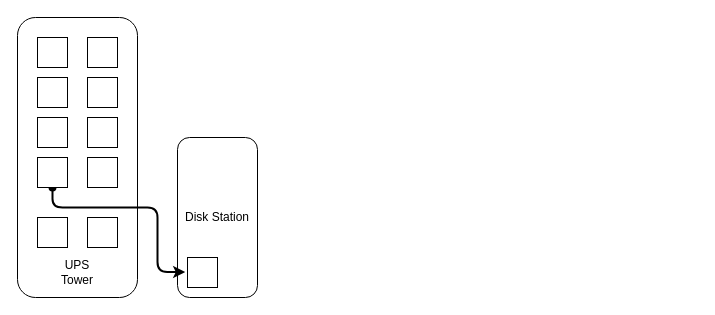
The draw.io diagram Power.drawio in roivanov/draws, before the edit. Source tidied: cells renumbered, new cells numbered last; positions are measured from the earlier drawing's top-left corner, leaving out a move shared by most shapes. Both pictures are drawn from the tidied source at 100%, with x=0, y=0 at pixel (17, 17).
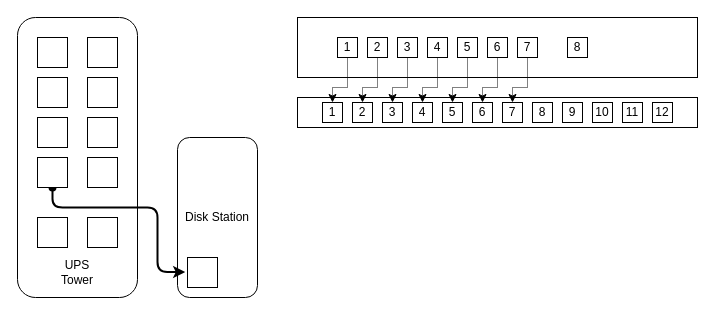
Above is the later version.

Change to the diagram source:
```diff
@@
+    <mxCell id="17" style="rounded=0;whiteSpace=wrap;html=1;" parent="1" vertex="1">
+      <mxGeometry x="280" y="80" width="400" height="30" as="geometry" />
+    </mxCell>
@@
+    <mxCell id="18" style="rounded=0;whiteSpace=wrap;html=1;" parent="1" vertex="1">
+      <mxGeometry x="280" width="400" height="60" as="geometry" />
+    </mxCell>
+    <mxCell id="19" style="edgeStyle=orthogonalEdgeStyle;rounded=0;jettySize=auto;html=1;exitX=0.5;exitY=1;exitDx=0;exitDy=0;entryX=0.5;entryY=0;entryDx=0;entryDy=0;dashed=1;dashPattern=1 1;" parent="1" edge="1" source="20" target="34">
+      <mxGeometry relative="1" as="geometry">
+        <Array as="points">
+          <mxPoint x="330" y="70" />
+          <mxPoint x="315" y="70" />
+        </Array>
+      </mxGeometry>
+    </mxCell>
+    <mxCell id="20" value="1" style="whiteSpace=wrap;html=1;" parent="1" vertex="1">
+      <mxGeometry x="320" y="20" width="20" height="20" as="geometry" />
+    </mxCell>
+    <mxCell id="21" style="edgeStyle=orthogonalEdgeStyle;rounded=0;jettySize=auto;html=1;exitX=0.5;exitY=1;exitDx=0;exitDy=0;entryX=0.5;entryY=0;entryDx=0;entryDy=0;dashed=1;dashPattern=1 1;" parent="1" edge="1" source="22" target="35">
+      <mxGeometry relative="1" as="geometry">
+        <Array as="points">
+          <mxPoint x="360" y="70" />
+          <mxPoint x="345" y="70" />
+        </Array>
+      </mxGeometry>
+    </mxCell>
+    <mxCell id="22" value="2" style="whiteSpace=wrap;html=1;" parent="1" vertex="1">
+      <mxGeometry x="350" y="20" width="20" height="20" as="geometry" />
+    </mxCell>
+    <mxCell id="23" style="edgeStyle=orthogonalEdgeStyle;rounded=0;jettySize=auto;html=1;exitX=0.5;exitY=1;exitDx=0;exitDy=0;entryX=0.5;entryY=0;entryDx=0;entryDy=0;dashed=1;dashPattern=1 1;" parent="1" edge="1" source="24" target="36">
+      <mxGeometry relative="1" as="geometry">
+        <Array as="points">
+          <mxPoint x="390" y="70" />
+          <mxPoint x="375" y="70" />
+        </Array>
+      </mxGeometry>
+    </mxCell>
+    <mxCell id="24" value="3" style="whiteSpace=wrap;html=1;" parent="1" vertex="1">
+      <mxGeometry x="380" y="20" width="20" height="20" as="geometry" />
+    </mxCell>
+    <mxCell id="25" style="edgeStyle=orthogonalEdgeStyle;rounded=0;jettySize=auto;html=1;exitX=0.5;exitY=1;exitDx=0;exitDy=0;entryX=0.5;entryY=0;entryDx=0;entryDy=0;dashed=1;dashPattern=1 1;" parent="1" edge="1" source="26" target="37">
+      <mxGeometry relative="1" as="geometry">
+        <Array as="points">
+          <mxPoint x="420" y="70" />
+          <mxPoint x="405" y="70" />
+        </Array>
+      </mxGeometry>
+    </mxCell>
+    <mxCell id="26" value="4" style="whiteSpace=wrap;html=1;" parent="1" vertex="1">
+      <mxGeometry x="410" y="20" width="20" height="20" as="geometry" />
+    </mxCell>
+    <mxCell id="27" style="edgeStyle=orthogonalEdgeStyle;rounded=0;jettySize=auto;html=1;exitX=0.5;exitY=1;exitDx=0;exitDy=0;entryX=0.5;entryY=0;entryDx=0;entryDy=0;dashed=1;dashPattern=1 1;" parent="1" edge="1" source="28" target="38">
+      <mxGeometry relative="1" as="geometry">
+        <Array as="points">
+          <mxPoint x="450" y="70" />
+          <mxPoint x="435" y="70" />
+        </Array>
+      </mxGeometry>
+    </mxCell>
+    <mxCell id="28" value="5" style="whiteSpace=wrap;html=1;" parent="1" vertex="1">
+      <mxGeometry x="440" y="20" width="20" height="20" as="geometry" />
+    </mxCell>
+    <mxCell id="29" style="edgeStyle=orthogonalEdgeStyle;rounded=0;jettySize=auto;html=1;exitX=0.5;exitY=1;exitDx=0;exitDy=0;entryX=0.5;entryY=0;entryDx=0;entryDy=0;dashed=1;dashPattern=1 1;" parent="1" edge="1" source="30" target="39">
+      <mxGeometry relative="1" as="geometry">
+        <Array as="points">
+          <mxPoint x="480" y="70" />
+          <mxPoint x="465" y="70" />
+        </Array>
+      </mxGeometry>
+    </mxCell>
+    <mxCell id="30" value="6" style="whiteSpace=wrap;html=1;" parent="1" vertex="1">
+      <mxGeometry x="470" y="20" width="20" height="20" as="geometry" />
+    </mxCell>
+    <mxCell id="31" style="edgeStyle=orthogonalEdgeStyle;rounded=0;jettySize=auto;html=1;exitX=0.5;exitY=1;exitDx=0;exitDy=0;entryX=0.5;entryY=0;entryDx=0;entryDy=0;dashed=1;dashPattern=1 1;" parent="1" edge="1" source="32" target="40">
+      <mxGeometry relative="1" as="geometry">
+        <Array as="points">
+          <mxPoint x="510" y="70" />
+          <mxPoint x="495" y="70" />
+        </Array>
+      </mxGeometry>
+    </mxCell>
+    <mxCell id="32" value="7" style="whiteSpace=wrap;html=1;" parent="1" vertex="1">
+      <mxGeometry x="500" y="20" width="20" height="20" as="geometry" />
+    </mxCell>
+    <mxCell id="33" value="8" style="whiteSpace=wrap;html=1;" parent="1" vertex="1">
+      <mxGeometry x="550" y="20" width="20" height="20" as="geometry" />
+    </mxCell>
+    <mxCell id="34" value="1" style="whiteSpace=wrap;html=1;" parent="1" vertex="1">
+      <mxGeometry x="305" y="85" width="20" height="20" as="geometry" />
+    </mxCell>
+    <mxCell id="35" value="2" style="whiteSpace=wrap;html=1;" parent="1" vertex="1">
+      <mxGeometry x="335" y="85" width="20" height="20" as="geometry" />
+    </mxCell>
+    <mxCell id="36" value="3" style="whiteSpace=wrap;html=1;" parent="1" vertex="1">
+      <mxGeometry x="365" y="85" width="20" height="20" as="geometry" />
+    </mxCell>
+    <mxCell id="37" value="4" style="whiteSpace=wrap;html=1;" parent="1" vertex="1">
+      <mxGeometry x="395" y="85" width="20" height="20" as="geometry" />
+    </mxCell>
+    <mxCell id="38" value="5" style="whiteSpace=wrap;html=1;" parent="1" vertex="1">
+      <mxGeometry x="425" y="85" width="20" height="20" as="geometry" />
+    </mxCell>
+    <mxCell id="39" value="6" style="whiteSpace=wrap;html=1;" parent="1" vertex="1">
+      <mxGeometry x="455" y="85" width="20" height="20" as="geometry" />
+    </mxCell>
+    <mxCell id="40" value="7" style="whiteSpace=wrap;html=1;" parent="1" vertex="1">
+      <mxGeometry x="485" y="85" width="20" height="20" as="geometry" />
+    </mxCell>
+    <mxCell id="41" value="8" style="whiteSpace=wrap;html=1;" parent="1" vertex="1">
+      <mxGeometry x="515" y="85" width="20" height="20" as="geometry" />
+    </mxCell>
+    <mxCell id="42" value="9" style="whiteSpace=wrap;html=1;" parent="1" vertex="1">
+      <mxGeometry x="545" y="85" width="20" height="20" as="geometry" />
+    </mxCell>
+    <mxCell id="43" value="10" style="whiteSpace=wrap;html=1;" parent="1" vertex="1">
+      <mxGeometry x="575" y="85" width="20" height="20" as="geometry" />
+    </mxCell>
+    <mxCell id="44" value="11" style="whiteSpace=wrap;html=1;" parent="1" vertex="1">
+      <mxGeometry x="605" y="85" width="20" height="20" as="geometry" />
+    </mxCell>
+    <mxCell id="45" value="12" style="whiteSpace=wrap;html=1;" parent="1" vertex="1">
+      <mxGeometry x="635" y="85" width="20" height="20" as="geometry" />
+    </mxCell>
```
